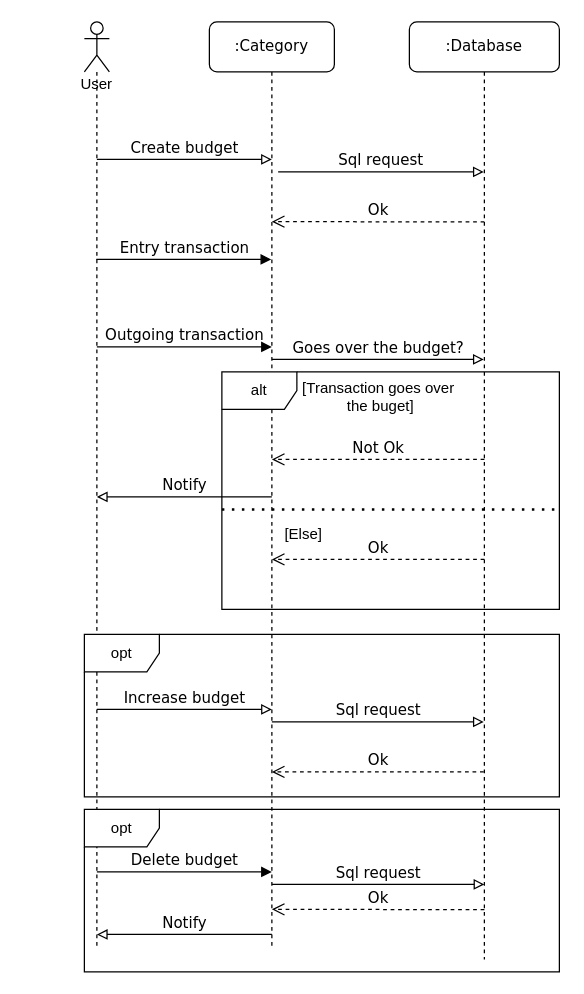
The draw.io diagram docs/modelling/src/sequence_diagram.drawio in zanottipaolo/IS-Project, before the edit. Source tidied: cells renumbered, new cells numbered last; positions are measured from the earlier drawing's top-left corner, leaving out a move shared by most shapes. Both pictures are drawn from the tidied source at 125%, with x=0, y=0 at pixel (84, 21).
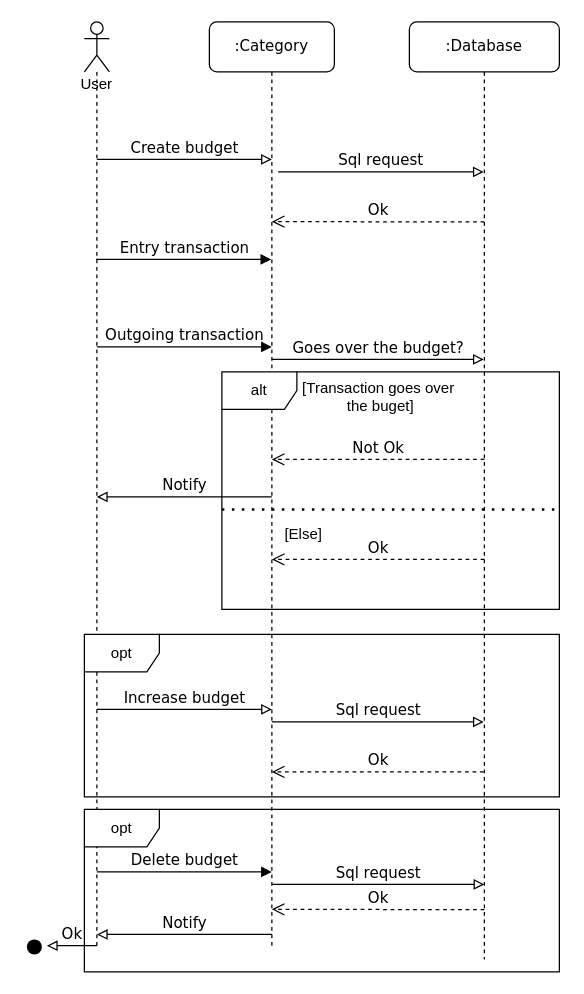
Above is the later version.

Commit message (it also covers changes not shown here):
🚑 Fix sequence diagram

Diff of the diagram source:
```diff
@@
+    <mxCell id="27" value="Ok" style="html=1;verticalAlign=bottom;endArrow=block;labelBackgroundColor=none;fontFamily=Verdana;fontSize=12;edgeStyle=elbowEdgeStyle;elbow=vertical;endFill=0;exitX=0.148;exitY=0.526;exitDx=0;exitDy=0;exitPerimeter=0;" parent="1" edge="1">
+      <mxGeometry relative="1" as="geometry">
+        <mxPoint x="10" y="739" as="sourcePoint" />
+        <mxPoint x="-30" y="739" as="targetPoint" />
+        <Array as="points">
+          <mxPoint x="-120" y="739.1" />
+          <mxPoint y="739.1" />
+        </Array>
+      </mxGeometry>
+    </mxCell>
+    <mxCell id="28" style="ellipse;html=1;shape=startState;fillColor=#000000;strokeColor=none;" parent="1" vertex="1">
+      <mxGeometry x="-50" y="730" width="20" height="20" as="geometry" />
+    </mxCell>
```
